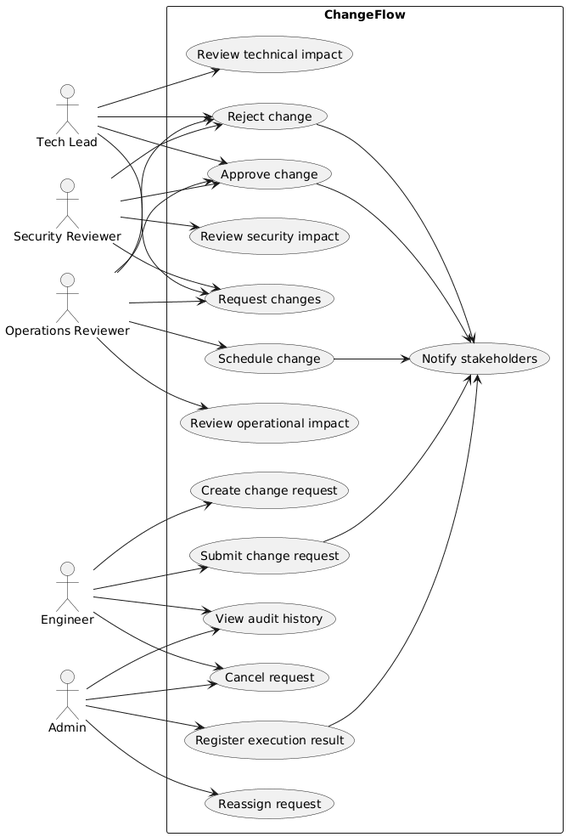
The PlantUML diagram docs/uml/images/use_case.png in educedeno/ChangeFlow, before a commit.
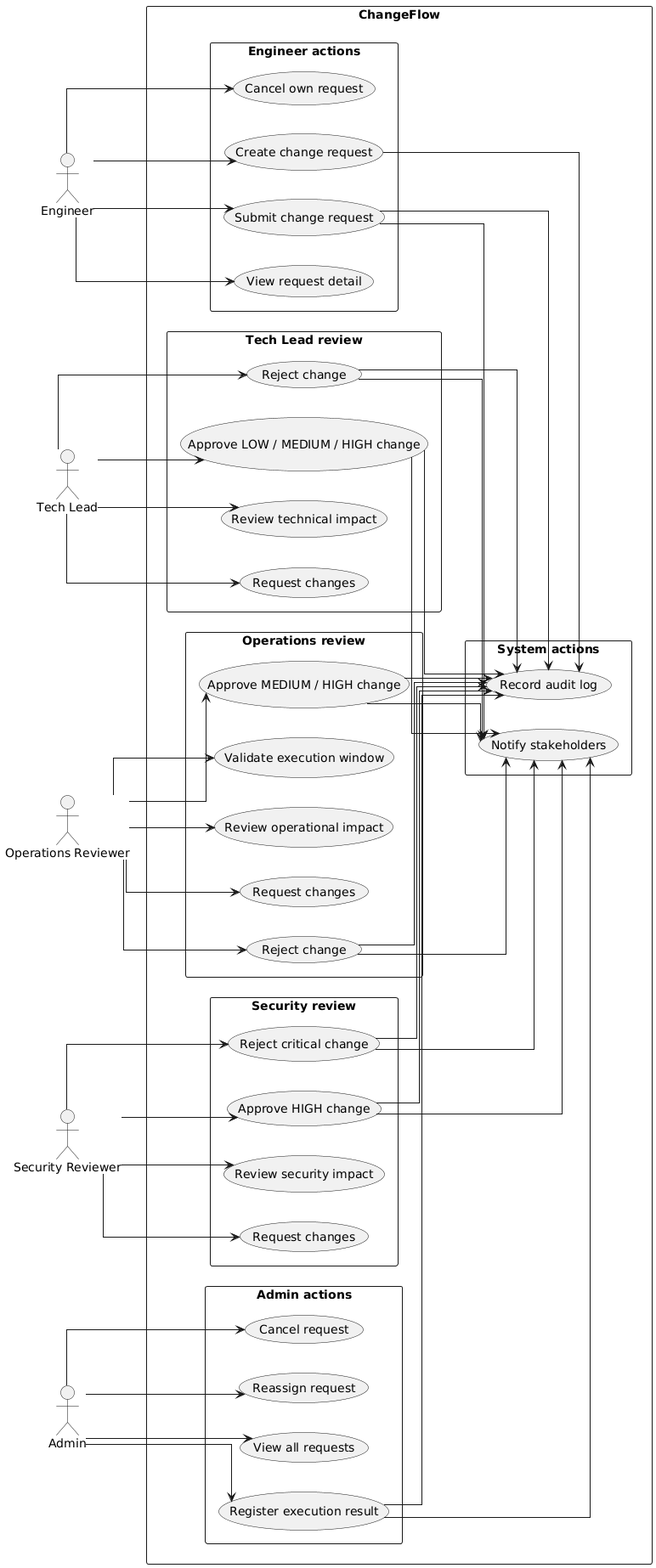
The same diagram one commit later.

Commit message:
docs: improve use case diagram readability

The edit, as a diff of the source:
```diff
@@ -1,60 +1,102 @@
 @startuml
 left to right direction
 skinparam packageStyle rectangle
+skinparam linetype ortho
+skinparam shadowing false
 
 actor Engineer
 actor "Tech Lead" as TechLead
-actor "Operations Reviewer" as Ops
-actor "Security Reviewer" as Security
+actor "Operations Reviewer" as OpsReviewer
+actor "Security Reviewer" as SecurityReviewer
 actor Admin
 
 rectangle "ChangeFlow" {
-  usecase "Create change request" as UC1
-  usecase "Submit change request" as UC2
-  usecase "Review technical impact" as UC3
-  usecase "Review operational impact" as UC4
-  usecase "Review security impact" as UC5
-  usecase "Approve change" as UC6
-  usecase "Reject change" as UC7
-  usecase "Request changes" as UC8
-  usecase "Cancel request" as UC9
-  usecase "Reassign request" as UC10
-  usecase "Schedule change" as UC11
-  usecase "Register execution result" as UC12
-  usecase "View audit history" as UC13
-  usecase "Notify stakeholders" as UC14
+
+  rectangle "Engineer actions" {
+    usecase "Create change request" as UC_Create
+    usecase "Submit change request" as UC_Submit
+    usecase "Cancel own request" as UC_CancelOwn
+    usecase "View request detail" as UC_ViewDetail
+  }
+
+  rectangle "Tech Lead review" {
+    usecase "Review technical impact" as UC_TechReview
+    usecase "Approve LOW / MEDIUM / HIGH change" as UC_TechApprove
+    usecase "Reject change" as UC_TechReject
+    usecase "Request changes" as UC_TechChanges
+  }
+
+  rectangle "Operations review" {
+    usecase "Review operational impact" as UC_OpsReview
+    usecase "Validate execution window" as UC_Window
+    usecase "Approve MEDIUM / HIGH change" as UC_OpsApprove
+    usecase "Reject change" as UC_OpsReject
+    usecase "Request changes" as UC_OpsChanges
+  }
+
+  rectangle "Security review" {
+    usecase "Review security impact" as UC_SecReview
+    usecase "Approve HIGH change" as UC_SecApprove
+    usecase "Reject critical change" as UC_SecReject
+    usecase "Request changes" as UC_SecChanges
+  }
+
+  rectangle "Admin actions" {
+    usecase "View all requests" as UC_ViewAll
+    usecase "Reassign request" as UC_Reassign
+    usecase "Cancel request" as UC_CancelAny
+    usecase "Register execution result" as UC_RegisterResult
+  }
+
+  rectangle "System actions" {
+    usecase "Notify stakeholders" as UC_Notify
+    usecase "Record audit log" as UC_Audit
+  }
 }
 
-Engineer --> UC1
-Engineer --> UC2
-Engineer --> UC9
-Engineer --> UC13
+Engineer --> UC_Create
+Engineer --> UC_Submit
+Engineer --> UC_CancelOwn
+Engineer --> UC_ViewDetail
 
-TechLead --> UC3
-TechLead --> UC6
-TechLead --> UC7
-TechLead --> UC8
+TechLead --> UC_TechReview
+TechLead --> UC_TechApprove
+TechLead --> UC_TechReject
+TechLead --> UC_TechChanges
 
-Ops --> UC4
-Ops --> UC6
-Ops --> UC7
-Ops --> UC8
-Ops --> UC11
+OpsReviewer --> UC_OpsReview
+OpsReviewer --> UC_Window
+OpsReviewer --> UC_OpsApprove
+OpsReviewer --> UC_OpsReject
+OpsReviewer --> UC_OpsChanges
 
-Security --> UC5
-Security --> UC6
-Security --> UC7
-Security --> UC8
+SecurityReviewer --> UC_SecReview
+SecurityReviewer --> UC_SecApprove
+SecurityReviewer --> UC_SecReject
+SecurityReviewer --> UC_SecChanges
 
-Admin --> UC9
-Admin --> UC10
-Admin --> UC12
-Admin --> UC13
+Admin --> UC_ViewAll
+Admin --> UC_Reassign
+Admin --> UC_CancelAny
+Admin --> UC_RegisterResult
 
-UC2 --> UC14
-UC6 --> UC14
-UC7 --> UC14
-UC11 --> UC14
-UC12 --> UC14
+UC_Submit --> UC_Notify
+UC_TechApprove --> UC_Notify
+UC_OpsApprove --> UC_Notify
+UC_SecApprove --> UC_Notify
+UC_TechReject --> UC_Notify
+UC_OpsReject --> UC_Notify
+UC_SecReject --> UC_Notify
+UC_RegisterResult --> UC_Notify
+
+UC_Create --> UC_Audit
+UC_Submit --> UC_Audit
+UC_TechApprove --> UC_Audit
+UC_OpsApprove --> UC_Audit
+UC_SecApprove --> UC_Audit
+UC_TechReject --> UC_Audit
+UC_OpsReject --> UC_Audit
+UC_SecReject --> UC_Audit
+UC_RegisterResult --> UC_Audit
 
 @enduml
```
